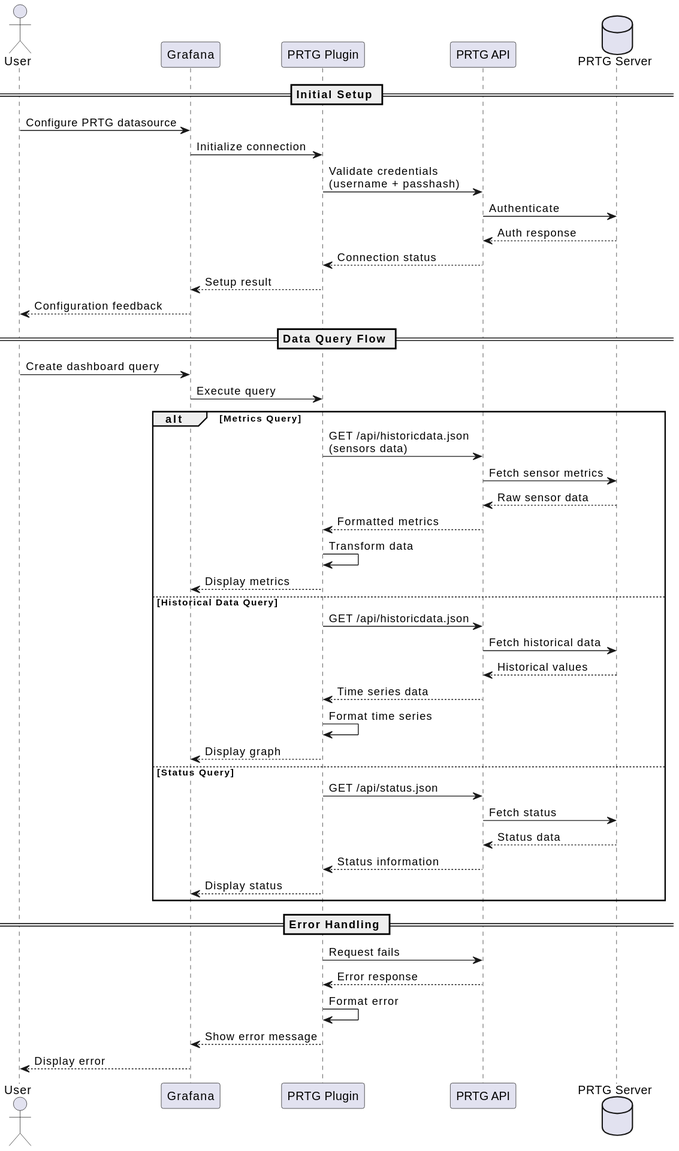
This is _doku/Sequenzdiagramm/img/Sequenzdiagramm.svg from 1DeliDolu/maxmarkusprogram-prtg-datasource, a PlantUML export, as it was before one commit. Its diagram source:
```plantuml
@startuml
actor User
participant Grafana
participant "PRTG Plugin" as Plugin
participant "PRTG API" as API
database "PRTG Server" as Server

== Initial Setup ==
User -> Grafana: Configure PRTG datasource
Grafana -> Plugin: Initialize connection
Plugin -> API: Validate credentials\n(username + passhash)
API -> Server: Authenticate
Server --> API: Auth response
API --> Plugin: Connection status
Plugin --> Grafana: Setup result
Grafana --> User: Configuration feedback

== Data Query Flow ==
User -> Grafana: Create dashboard query
Grafana -> Plugin: Execute query

alt Metrics Query
    Plugin -> API: GET /api/historicdata.json\n(sensors data)
    API -> Server: Fetch sensor metrics
    Server --> API: Raw sensor data
    API --> Plugin: Formatted metrics
    Plugin -> Plugin: Transform data
    Plugin --> Grafana: Display metrics

else Historical Data Query
    Plugin -> API: GET /api/historicdata.json
    API -> Server: Fetch historical data
    Server --> API: Historical values
    API --> Plugin: Time series data
    Plugin -> Plugin: Format time series
    Plugin --> Grafana: Display graph

else Status Query
    Plugin -> API: GET /api/status.json
    API -> Server: Fetch status
    Server --> API: Status data
    API --> Plugin: Status information
    Plugin --> Grafana: Display status
end

== Error Handling ==
Plugin -> API: Request fails
API --> Plugin: Error response
Plugin -> Plugin: Format error
Plugin --> Grafana: Show error message
Grafana --> User: Display error
@enduml
```
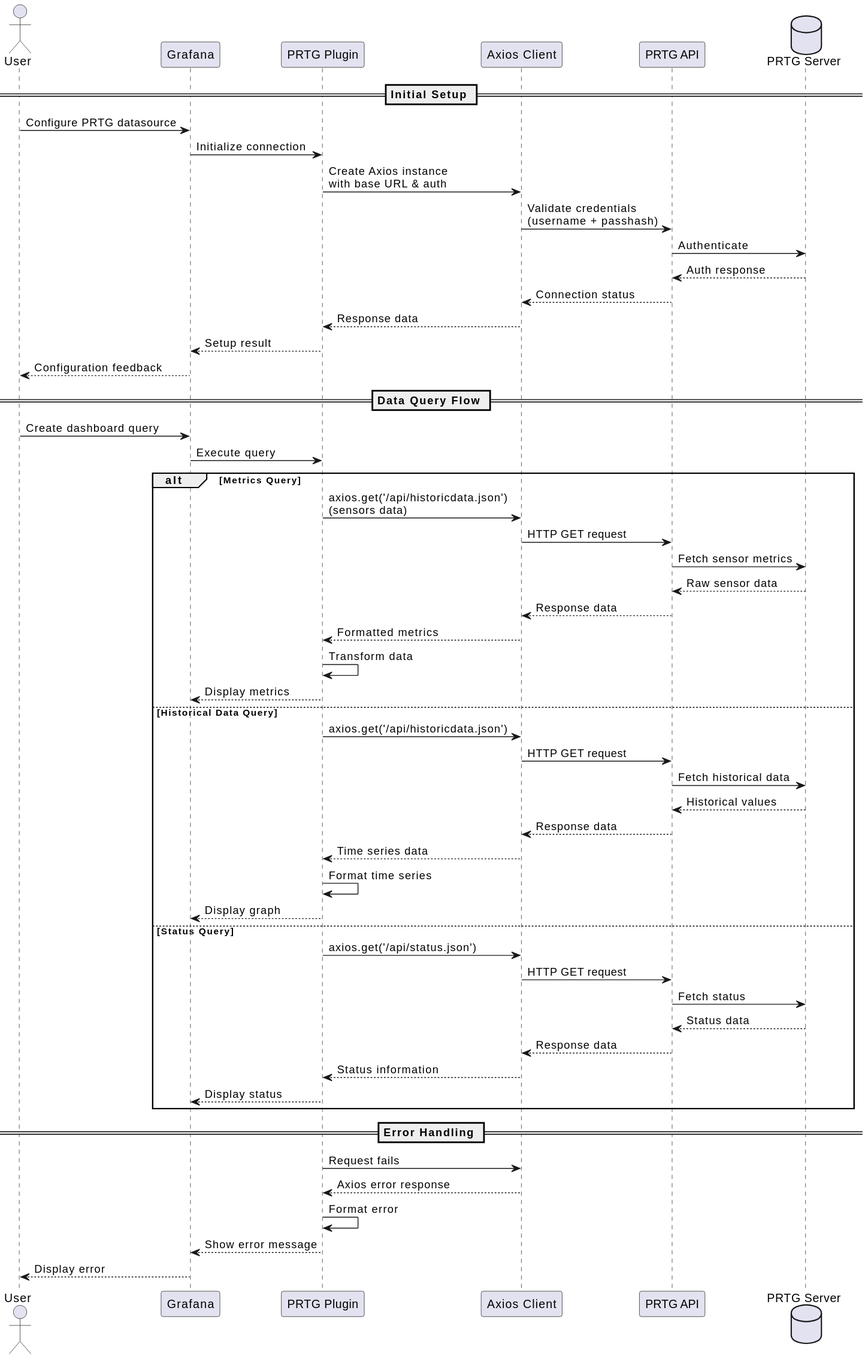
After the change.

What changed in the source:
```diff
@@ -2,16 +2,19 @@
 actor User
 participant Grafana
 participant "PRTG Plugin" as Plugin
+participant "Axios Client" as Axios
 participant "PRTG API" as API
 database "PRTG Server" as Server
 
 == Initial Setup ==
 User -> Grafana: Configure PRTG datasource
 Grafana -> Plugin: Initialize connection
-Plugin -> API: Validate credentials\n(username + passhash)
+Plugin -> Axios: Create Axios instance\nwith base URL & auth
+Axios -> API: Validate credentials\n(username + passhash)
 API -> Server: Authenticate
 Server --> API: Auth response
-API --> Plugin: Connection status
+API --> Axios: Connection status
+Axios --> Plugin: Response data
 Plugin --> Grafana: Setup result
 Grafana --> User: Configuration feedback
 
@@ -20,32 +23,38 @@
 Grafana -> Plugin: Execute query
 
 alt Metrics Query
-    Plugin -> API: GET /api/historicdata.json\n(sensors data)
+    Plugin -> Axios: axios.get('/api/historicdata.json')\n(sensors data)
+    Axios -> API: HTTP GET request
     API -> Server: Fetch sensor metrics
     Server --> API: Raw sensor data
-    API --> Plugin: Formatted metrics
+    API --> Axios: Response data
+    Axios --> Plugin: Formatted metrics
     Plugin -> Plugin: Transform data
     Plugin --> Grafana: Display metrics
 
 else Historical Data Query
-    Plugin -> API: GET /api/historicdata.json
+    Plugin -> Axios: axios.get('/api/historicdata.json')
+    Axios -> API: HTTP GET request
     API -> Server: Fetch historical data
     Server --> API: Historical values
-    API --> Plugin: Time series data
+    API --> Axios: Response data
+    Axios --> Plugin: Time series data
     Plugin -> Plugin: Format time series
     Plugin --> Grafana: Display graph
 
 else Status Query
-    Plugin -> API: GET /api/status.json
+    Plugin -> Axios: axios.get('/api/status.json')
+    Axios -> API: HTTP GET request
     API -> Server: Fetch status
     Server --> API: Status data
-    API --> Plugin: Status information
+    API --> Axios: Response data
+    Axios --> Plugin: Status information
     Plugin --> Grafana: Display status
 end
 
 == Error Handling ==
-Plugin -> API: Request fails
-API --> Plugin: Error response
+Plugin -> Axios: Request fails
+Axios --> Plugin: Axios error response
 Plugin -> Plugin: Format error
 Plugin --> Grafana: Show error message
 Grafana --> User: Display error
```
